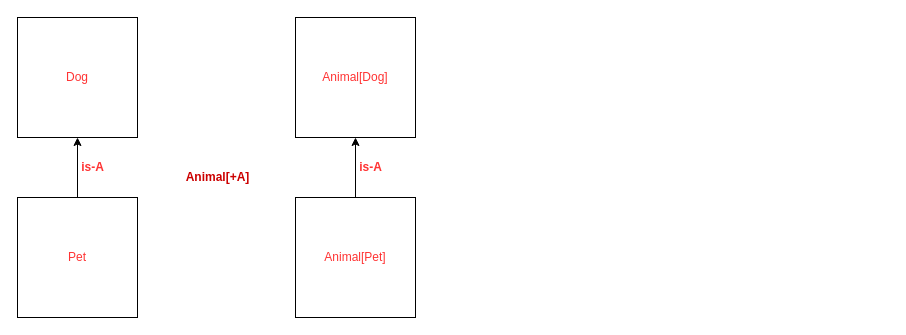
Earlier version of the draw.io diagram page "Page-1" (1 of 2) of utils/drawio/scala-variant.drawio (joesan/joesan-me). Source tidied: cells renumbered, new cells numbered last; positions are measured from the earlier drawing's top-left corner, leaving out a move shared by most shapes. Both pictures are drawn from the tidied source at 100%, with x=0, y=0 at pixel (17, 17).
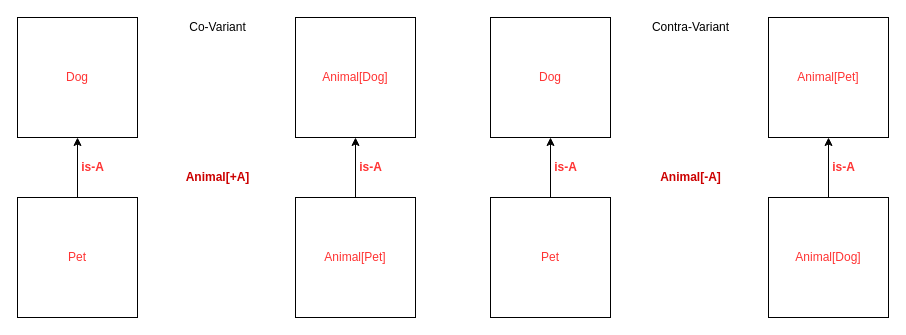
Above is the later version.

What changed in the source:
```diff
@@
+    <mxCell id="11" value="&lt;font color=&quot;#ff3333&quot;&gt;Dog&lt;/font&gt;" style="whiteSpace=wrap;html=1;" parent="1" vertex="1">
+      <mxGeometry x="473" width="120" height="120" as="geometry" />
+    </mxCell>
+    <mxCell id="12" style="edgeStyle=orthogonalEdgeStyle;rounded=0;jettySize=auto;html=1;entryX=0.5;entryY=1;entryDx=0;entryDy=0;fontColor=#FF3333;" parent="1" edge="1" source="13" target="11">
+      <mxGeometry relative="1" as="geometry" />
+    </mxCell>
+    <mxCell id="13" value="&lt;font color=&quot;#ff3333&quot;&gt;Pet&lt;/font&gt;" style="whiteSpace=wrap;html=1;" parent="1" vertex="1">
+      <mxGeometry x="473" y="180" width="120" height="120" as="geometry" />
+    </mxCell>
+    <mxCell id="14" value="&lt;font color=&quot;#ff3333&quot;&gt;Animal[Pet]&lt;/font&gt;" style="whiteSpace=wrap;html=1;" parent="1" vertex="1">
+      <mxGeometry x="751" width="120" height="120" as="geometry" />
+    </mxCell>
+    <mxCell id="15" style="edgeStyle=orthogonalEdgeStyle;rounded=0;jettySize=auto;html=1;entryX=0.5;entryY=1;entryDx=0;entryDy=0;fontColor=#FF3333;" parent="1" edge="1" source="16" target="14">
+      <mxGeometry relative="1" as="geometry" />
+    </mxCell>
+    <mxCell id="16" value="&lt;font color=&quot;#ff3333&quot;&gt;Animal[Dog]&lt;/font&gt;" style="whiteSpace=wrap;html=1;" parent="1" vertex="1">
+      <mxGeometry x="751" y="180" width="120" height="120" as="geometry" />
+    </mxCell>
+    <mxCell id="17" value="&lt;b&gt;&lt;font color=&quot;#cc0000&quot;&gt;Animal[-A]&lt;/font&gt;&lt;/b&gt;" style="text;html=1;align=center;verticalAlign=middle;strokeColor=none;fillColor=none;" parent="1" vertex="1">
+      <mxGeometry x="633" y="150" width="80" height="20" as="geometry" />
+    </mxCell>
+    <mxCell id="18" value="&lt;b&gt;is-A&lt;/b&gt;" style="text;html=1;align=center;verticalAlign=middle;strokeColor=none;fillColor=none;fontColor=#FF3333;" parent="1" vertex="1">
+      <mxGeometry x="806" y="140" width="40" height="20" as="geometry" />
+    </mxCell>
+    <mxCell id="19" value="&lt;b&gt;is-A&lt;/b&gt;" style="text;html=1;align=center;verticalAlign=middle;strokeColor=none;fillColor=none;fontColor=#FF3333;" parent="1" vertex="1">
+      <mxGeometry x="528" y="140" width="40" height="20" as="geometry" />
+    </mxCell>
+    <mxCell id="20" value="Co-Variant" style="text;html=1;align=center;verticalAlign=middle;strokeColor=none;fillColor=none;" parent="1" vertex="1">
+      <mxGeometry x="165" width="70" height="20" as="geometry" />
+    </mxCell>
+    <mxCell id="21" value="Contra-Variant" style="text;html=1;align=center;verticalAlign=middle;strokeColor=none;fillColor=none;" parent="1" vertex="1">
+      <mxGeometry x="628" width="90" height="20" as="geometry" />
+    </mxCell>
```
